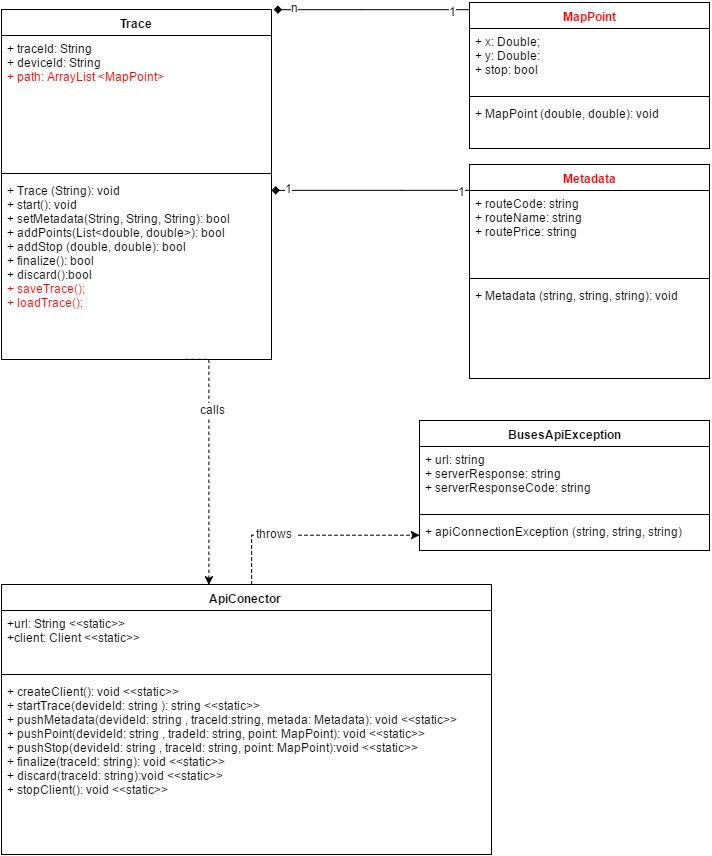
This is Diseño/Diagrama de clases SDK.png from leomendoza123/buses-api-java-client, a draw.io export, as it was before one commit. Source tidied: cells renumbered, new cells last; positions are measured from the earlier drawing's top-left corner, leaving out a move shared by most shapes.
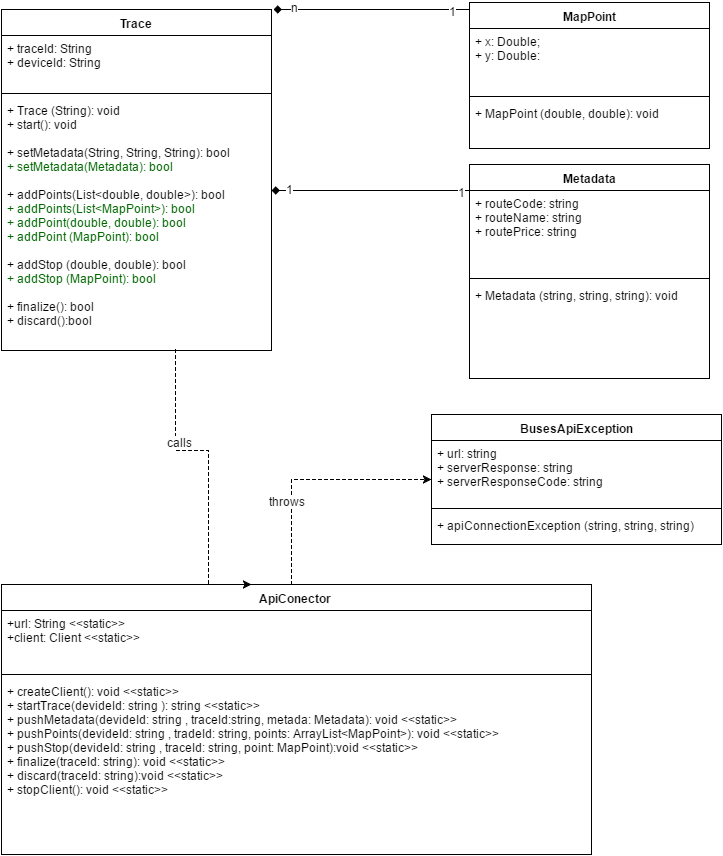
Later version of the same file.

Commit message:
Update the code at readme and class diagram

Change to the diagram source:
```diff
@@ -3,21 +3,21 @@
     <mxCell id="0" />
     <mxCell id="1" parent="0" />
     <mxCell id="2" value="Trace" style="swimlane;html=1;fontStyle=1;align=center;verticalAlign=top;horizontal=1;startSize=26;swimlaneFillColor=#ffffff;" parent="1" vertex="1">
-      <mxGeometry y="7" width="270" height="350" as="geometry" />
+      <mxGeometry y="7" width="270" height="341" as="geometry" />
     </mxCell>
-    <mxCell id="3" value="&lt;div&gt;&lt;div&gt;&lt;span&gt;+ traceId: String&lt;/span&gt;&lt;br&gt;&lt;/div&gt;&lt;div&gt;&lt;div&gt;+ deviceId: String&lt;/div&gt;&lt;div&gt;&lt;font color=&quot;#ff0000&quot;&gt;+ path: ArrayList &amp;lt;MapPoint&amp;gt;&lt;/font&gt;&lt;/div&gt;&lt;/div&gt;&lt;/div&gt;" style="text;html=1;strokeColor=none;fillColor=none;align=left;verticalAlign=top;spacingLeft=4;spacingRight=4;whiteSpace=wrap;overflow=hidden;" parent="2" vertex="1">
-      <mxGeometry y="26" width="270" height="134" as="geometry" />
+    <mxCell id="3" value="&lt;div&gt;&lt;span&gt;+ traceId: String&lt;/span&gt;&lt;br&gt;&lt;/div&gt;&lt;div&gt;&lt;div&gt;+ deviceId: String&lt;/div&gt;&lt;div&gt;&lt;br&gt;&lt;/div&gt;&lt;/div&gt;" style="text;html=1;strokeColor=none;fillColor=none;align=left;verticalAlign=top;spacingLeft=4;spacingRight=4;whiteSpace=wrap;overflow=hidden;" parent="2" vertex="1">
+      <mxGeometry y="26" width="270" height="54" as="geometry" />
     </mxCell>
     <mxCell id="4" style="line;html=1;strokeWidth=1;fillColor=none;align=left;verticalAlign=middle;spacingTop=-1;spacingLeft=3;spacingRight=3;labelPosition=right;" parent="2" vertex="1">
-      <mxGeometry y="160" width="270" height="8" as="geometry" />
+      <mxGeometry y="80" width="270" height="8" as="geometry" />
     </mxCell>
-    <mxCell id="5" value="&lt;div&gt;+ Trace (String): void&lt;/div&gt;&lt;div&gt;&lt;div&gt;+ start(): void&lt;/div&gt;&lt;/div&gt;+ setMetadata(String, String, String): bool&lt;div&gt;+ addPoints(List&amp;lt;double, double&amp;gt;): bool&lt;/div&gt;&lt;div&gt;+ addStop (double, double): bool&lt;/div&gt;&lt;div&gt;&lt;div&gt;&lt;span&gt;+ finalize(): bool&lt;/span&gt;&lt;br&gt;&lt;/div&gt;&lt;/div&gt;&lt;div&gt;&lt;span&gt;+ discard():bool&lt;/span&gt;&lt;/div&gt;&lt;div&gt;&lt;font color=&quot;#ff0a0a&quot;&gt;&lt;span&gt;+ saveTrace();&amp;nbsp;&lt;/span&gt;&lt;br&gt;&lt;/font&gt;&lt;/div&gt;&lt;div&gt;&lt;span&gt;&lt;font color=&quot;#ff0a0a&quot;&gt;+ loadTrace();&lt;/font&gt;&lt;/span&gt;&lt;/div&gt;&lt;div&gt;&lt;span&gt;&lt;br&gt;&lt;/span&gt;&lt;/div&gt;" style="text;html=1;strokeColor=none;fillColor=none;align=left;verticalAlign=top;spacingLeft=4;spacingRight=4;whiteSpace=wrap;overflow=hidden;points=[[0,0.5],[1,0.5]];portConstraint=eastwest;" parent="2" vertex="1">
-      <mxGeometry y="168" width="270" height="182" as="geometry" />
+    <mxCell id="5" value="&lt;div&gt;+ Trace (String): void&lt;/div&gt;&lt;div&gt;&lt;div&gt;+ start(): void&lt;/div&gt;&lt;/div&gt;&lt;div&gt;&lt;br&gt;&lt;/div&gt;+ setMetadata(String, String, String): bool&lt;div&gt;&lt;font color=&quot;#006600&quot;&gt;+ setMetadata(Metadata): bool&lt;/font&gt;&lt;/div&gt;&lt;div&gt;&lt;font color=&quot;#006600&quot;&gt;&lt;br&gt;&lt;/font&gt;&lt;/div&gt;&lt;div&gt;&lt;div&gt;+ addPoints(List&amp;lt;double, double&amp;gt;): bool&lt;/div&gt;&lt;div&gt;&lt;font color=&quot;#006600&quot;&gt;+ addPoints(List&amp;lt;MapPoint&amp;gt;): bool&lt;br&gt;&lt;/font&gt;&lt;/div&gt;&lt;div&gt;&lt;font color=&quot;#006600&quot;&gt;+ addPoint(double, double): bool&lt;br&gt;&lt;/font&gt;&lt;/div&gt;&lt;div&gt;&lt;font color=&quot;#006600&quot;&gt;+ addPoint (MapPoint): bool&lt;/font&gt;&lt;/div&gt;&lt;div&gt;&lt;font color=&quot;#006600&quot;&gt;&lt;br&gt;&lt;/font&gt;&lt;/div&gt;&lt;div&gt;+ addStop (double, double): bool&lt;/div&gt;&lt;div&gt;&lt;font color=&quot;#006600&quot;&gt;+ addStop (MapPoint): bool&lt;/font&gt;&lt;/div&gt;&lt;div&gt;&lt;font color=&quot;#006600&quot;&gt;&lt;br&gt;&lt;/font&gt;&lt;/div&gt;&lt;div&gt;&lt;div&gt;&lt;span&gt;+ finalize(): bool&lt;/span&gt;&lt;br&gt;&lt;/div&gt;&lt;/div&gt;&lt;div&gt;&lt;span&gt;+ discard():bool&lt;/span&gt;&lt;/div&gt;&lt;div&gt;&lt;span&gt;&lt;br&gt;&lt;/span&gt;&lt;/div&gt;&lt;/div&gt;" style="text;html=1;strokeColor=none;fillColor=none;align=left;verticalAlign=top;spacingLeft=4;spacingRight=4;whiteSpace=wrap;overflow=hidden;points=[[0,0.5],[1,0.5]];portConstraint=eastwest;" parent="2" vertex="1">
+      <mxGeometry y="88" width="270" height="252" as="geometry" />
     </mxCell>
-    <mxCell id="6" value="&lt;font color=&quot;#ff0000&quot;&gt;MapPoint&lt;/font&gt;" style="swimlane;html=1;fontStyle=1;align=center;verticalAlign=top;horizontal=1;startSize=26;swimlaneFillColor=#ffffff;" parent="1" vertex="1">
+    <mxCell id="6" value="MapPoint" style="swimlane;html=1;fontStyle=1;align=center;verticalAlign=top;horizontal=1;startSize=26;swimlaneFillColor=#ffffff;" parent="1" vertex="1">
       <mxGeometry x="468" width="240" height="146" as="geometry" />
     </mxCell>
-    <mxCell id="7" value="+ x: Double;&lt;div&gt;+ y: Double:&lt;/div&gt;&lt;div&gt;+ stop: bool&lt;br&gt;&lt;/div&gt;&lt;div&gt;&lt;br&gt;&lt;/div&gt;" style="text;html=1;strokeColor=none;fillColor=none;align=left;verticalAlign=top;spacingLeft=4;spacingRight=4;whiteSpace=wrap;overflow=hidden;" parent="6" vertex="1">
+    <mxCell id="7" value="+ x: Double;&lt;div&gt;+ y: Double:&lt;/div&gt;&lt;div&gt;&lt;br&gt;&lt;/div&gt;" style="text;html=1;strokeColor=none;fillColor=none;align=left;verticalAlign=top;spacingLeft=4;spacingRight=4;whiteSpace=wrap;overflow=hidden;" parent="6" vertex="1">
       <mxGeometry y="26" width="240" height="64" as="geometry" />
     </mxCell>
     <mxCell id="8" style="line;html=1;strokeWidth=1;fillColor=none;align=left;verticalAlign=middle;spacingTop=-1;spacingLeft=3;spacingRight=3;labelPosition=right;" parent="6" vertex="1">
@@ -26,7 +26,7 @@
     <mxCell id="9" value="&lt;div&gt;+ MapPoint (double, double): void&lt;/div&gt;&lt;div&gt;&lt;br&gt;&lt;/div&gt;" style="text;html=1;strokeColor=none;fillColor=none;align=left;verticalAlign=top;spacingLeft=4;spacingRight=4;whiteSpace=wrap;overflow=hidden;" parent="6" vertex="1">
       <mxGeometry y="98" width="240" height="32" as="geometry" />
     </mxCell>
-    <mxCell id="10" value="&lt;font color=&quot;#ff0000&quot;&gt;Metadata&lt;/font&gt;" style="swimlane;html=1;fontStyle=1;align=center;verticalAlign=top;horizontal=1;startSize=26;swimlaneFillColor=#ffffff;" parent="1" vertex="1">
+    <mxCell id="10" value="Metadata" style="swimlane;html=1;fontStyle=1;align=center;verticalAlign=top;horizontal=1;startSize=26;swimlaneFillColor=#ffffff;" parent="1" vertex="1">
       <mxGeometry x="468" y="162" width="240" height="214" as="geometry" />
     </mxCell>
     <mxCell id="11" value="+ routeCode: string&lt;div&gt;+ routeName: string&lt;/div&gt;&lt;div&gt;+ routePrice: string&lt;/div&gt;&lt;div&gt;&lt;br&gt;&lt;/div&gt;" style="text;html=1;strokeColor=none;fillColor=none;align=left;verticalAlign=top;spacingLeft=4;spacingRight=4;whiteSpace=wrap;overflow=hidden;" parent="10" vertex="1">
@@ -67,19 +67,19 @@
       <mxGeometry x="0.82" y="-2" relative="1" as="geometry" />
     </mxCell>
     <mxCell id="20" value="ApiConector&amp;nbsp;" style="swimlane;html=1;fontStyle=1;align=center;verticalAlign=top;horizontal=1;startSize=26;swimlaneFillColor=#ffffff;" parent="1" vertex="1">
-      <mxGeometry y="582" width="490" height="270" as="geometry" />
+      <mxGeometry y="582" width="590" height="270" as="geometry" />
     </mxCell>
     <mxCell id="21" value="&lt;div&gt;+url: String&amp;nbsp;&lt;span&gt;&amp;lt;&amp;lt;static&amp;gt;&amp;gt;&amp;nbsp;&lt;/span&gt;&lt;/div&gt;&lt;div&gt;&lt;span&gt;+&lt;/span&gt;&lt;span&gt;client: Client&amp;nbsp;&lt;/span&gt;&lt;span&gt;&amp;lt;&amp;lt;static&amp;gt;&amp;gt;&amp;nbsp;&lt;/span&gt;&lt;/div&gt;" style="text;html=1;strokeColor=none;fillColor=none;align=left;verticalAlign=top;spacingLeft=4;spacingRight=4;whiteSpace=wrap;overflow=hidden;" parent="20" vertex="1">
-      <mxGeometry y="26" width="490" height="60" as="geometry" />
+      <mxGeometry y="26" width="590" height="60" as="geometry" />
     </mxCell>
     <mxCell id="22" style="line;html=1;strokeWidth=1;fillColor=none;align=left;verticalAlign=middle;spacingTop=-1;spacingLeft=3;spacingRight=3;labelPosition=right;" parent="20" vertex="1">
-      <mxGeometry y="86" width="490" height="8" as="geometry" />
+      <mxGeometry y="86" width="590" height="8" as="geometry" />
     </mxCell>
-    <mxCell id="23" value="&lt;div&gt;&lt;span&gt;+ createClient(): void&amp;nbsp;&lt;/span&gt;&lt;span&gt;&amp;lt;&amp;lt;static&amp;gt;&amp;gt;&amp;nbsp;&lt;/span&gt;&lt;br&gt;&lt;/div&gt;&lt;div&gt;+ startTrace(devideId: string&amp;nbsp;):&amp;nbsp;&lt;span&gt;string&amp;nbsp;&lt;/span&gt;&lt;span&gt;&amp;lt;&amp;lt;static&amp;gt;&amp;gt;&amp;nbsp;&lt;/span&gt;&lt;/div&gt;&lt;div&gt;+ pushMetadata(devideId: string&amp;nbsp;&lt;span&gt;, traceId:string, metada:&amp;nbsp;&lt;/span&gt;&lt;span&gt;Metadata): void&amp;nbsp;&lt;/span&gt;&lt;span&gt;&amp;lt;&amp;lt;static&amp;gt;&amp;gt;&amp;nbsp;&lt;/span&gt;&lt;/div&gt;&lt;div&gt;+ pushPoint(devideId: string&amp;nbsp;, tradeId: string, point: MapPoint): void&amp;nbsp;&lt;span&gt;&amp;lt;&amp;lt;static&amp;gt;&amp;gt;&amp;nbsp;&lt;/span&gt;&lt;/div&gt;&lt;div&gt;+ pushStop(devideId: string&amp;nbsp;&lt;span&gt;, traceId:&amp;nbsp;&lt;/span&gt;string&lt;span&gt;, point:&amp;nbsp;&lt;/span&gt;&lt;span&gt;MapPoint):void&amp;nbsp;&lt;/span&gt;&lt;span&gt;&amp;lt;&amp;lt;static&amp;gt;&amp;gt;&amp;nbsp;&lt;/span&gt;&lt;/div&gt;&lt;div&gt;+ finalize(traceId: string&lt;span&gt;): void&amp;nbsp;&lt;/span&gt;&lt;span&gt;&amp;lt;&amp;lt;static&amp;gt;&amp;gt;&amp;nbsp;&lt;/span&gt;&lt;/div&gt;&lt;div&gt;+ discard(&lt;span&gt;traceId:&amp;nbsp;&lt;/span&gt;&lt;span&gt;string&lt;/span&gt;&lt;span&gt;):void&amp;nbsp;&lt;/span&gt;&lt;span&gt;&amp;lt;&amp;lt;static&amp;gt;&amp;gt;&amp;nbsp;&lt;/span&gt;&lt;/div&gt;&lt;div&gt;&lt;span&gt;+ stopClient(): void&amp;nbsp;&lt;/span&gt;&lt;span&gt;&amp;lt;&amp;lt;static&amp;gt;&amp;gt;&amp;nbsp;&lt;/span&gt;&lt;/div&gt;&lt;div&gt;&lt;br&gt;&lt;/div&gt;" style="text;html=1;strokeColor=none;fillColor=none;align=left;verticalAlign=top;spacingLeft=4;spacingRight=4;whiteSpace=wrap;overflow=hidden;" parent="20" vertex="1">
-      <mxGeometry y="94" width="490" height="132" as="geometry" />
+    <mxCell id="23" value="&lt;div&gt;&lt;span&gt;+ createClient(): void&amp;nbsp;&lt;/span&gt;&lt;span&gt;&amp;lt;&amp;lt;static&amp;gt;&amp;gt;&amp;nbsp;&lt;/span&gt;&lt;br&gt;&lt;/div&gt;&lt;div&gt;+ startTrace(devideId: string&amp;nbsp;):&amp;nbsp;&lt;span&gt;string&amp;nbsp;&lt;/span&gt;&lt;span&gt;&amp;lt;&amp;lt;static&amp;gt;&amp;gt;&amp;nbsp;&lt;/span&gt;&lt;/div&gt;&lt;div&gt;+ pushMetadata(devideId: string&amp;nbsp;&lt;span&gt;, traceId:string, metada:&amp;nbsp;&lt;/span&gt;&lt;span&gt;Metadata): void&amp;nbsp;&lt;/span&gt;&lt;span&gt;&amp;lt;&amp;lt;static&amp;gt;&amp;gt;&amp;nbsp;&lt;/span&gt;&lt;/div&gt;&lt;div&gt;+ pushPoints(devideId: string&amp;nbsp;, tradeId: string, points: ArrayList&amp;lt;MapPoint&amp;gt;): void&amp;nbsp;&lt;span&gt;&amp;lt;&amp;lt;static&amp;gt;&amp;gt;&amp;nbsp;&lt;/span&gt;&lt;/div&gt;&lt;div&gt;+ pushStop(devideId: string&amp;nbsp;&lt;span&gt;, traceId:&amp;nbsp;&lt;/span&gt;string&lt;span&gt;, point:&amp;nbsp;&lt;/span&gt;&lt;span&gt;MapPoint):void&amp;nbsp;&lt;/span&gt;&lt;span&gt;&amp;lt;&amp;lt;static&amp;gt;&amp;gt;&amp;nbsp;&lt;/span&gt;&lt;/div&gt;&lt;div&gt;+ finalize(traceId: string&lt;span&gt;): void&amp;nbsp;&lt;/span&gt;&lt;span&gt;&amp;lt;&amp;lt;static&amp;gt;&amp;gt;&amp;nbsp;&lt;/span&gt;&lt;/div&gt;&lt;div&gt;+ discard(&lt;span&gt;traceId:&amp;nbsp;&lt;/span&gt;&lt;span&gt;string&lt;/span&gt;&lt;span&gt;):void&amp;nbsp;&lt;/span&gt;&lt;span&gt;&amp;lt;&amp;lt;static&amp;gt;&amp;gt;&amp;nbsp;&lt;/span&gt;&lt;/div&gt;&lt;div&gt;&lt;span&gt;+ stopClient(): void&amp;nbsp;&lt;/span&gt;&lt;span&gt;&amp;lt;&amp;lt;static&amp;gt;&amp;gt;&amp;nbsp;&lt;/span&gt;&lt;/div&gt;&lt;div&gt;&lt;br&gt;&lt;/div&gt;" style="text;html=1;strokeColor=none;fillColor=none;align=left;verticalAlign=top;spacingLeft=4;spacingRight=4;whiteSpace=wrap;overflow=hidden;" parent="20" vertex="1">
+      <mxGeometry y="94" width="590" height="132" as="geometry" />
     </mxCell>
     <mxCell id="24" value="&lt;span&gt;BusesApiException&lt;/span&gt;&lt;br&gt;&lt;div&gt;&lt;span&gt;&lt;br&gt;&lt;/span&gt;&lt;/div&gt;" style="swimlane;html=1;fontStyle=1;align=center;verticalAlign=top;horizontal=1;startSize=26;swimlaneFillColor=#ffffff;" parent="1" vertex="1">
-      <mxGeometry x="418" y="418" width="290" height="130" as="geometry" />
+      <mxGeometry x="430" y="412" width="290" height="130" as="geometry" />
     </mxCell>
     <mxCell id="25" value="+ url: string&lt;br&gt;&lt;div&gt;+ serverResponse:&amp;nbsp;&lt;span&gt;string&lt;/span&gt;&lt;/div&gt;&lt;div&gt;+ serverResponseCode:&amp;nbsp;&lt;span&gt;string&lt;/span&gt;&lt;/div&gt;" style="text;html=1;strokeColor=none;fillColor=none;align=left;verticalAlign=top;spacingLeft=4;spacingRight=4;whiteSpace=wrap;overflow=hidden;" parent="24" vertex="1">
       <mxGeometry y="26" width="290" height="64" as="geometry" />
@@ -93,18 +93,18 @@
     <mxCell id="28" style="edgeStyle=orthogonalEdgeStyle;rounded=0;html=1;dashed=1;jettySize=auto;" parent="1" edge="1" source="20" target="24">
       <mxGeometry relative="1" as="geometry">
         <Array as="points">
-          <mxPoint x="250" y="533" />
+          <mxPoint x="290" y="477" />
         </Array>
       </mxGeometry>
     </mxCell>
     <mxCell id="29" value="throws &amp;nbsp;" style="text;html=1;align=center;verticalAlign=middle;labelBackgroundColor=#ffffff;" parent="28" vertex="1">
       <mxGeometry x="-0.31" y="2" relative="1" as="geometry" />
     </mxCell>
-    <mxCell id="30" style="edgeStyle=orthogonalEdgeStyle;rounded=0;html=1;dashed=1;jettySize=auto;entryX=0.423;entryY=0;entryPerimeter=0;" parent="1" edge="1" target="20">
+    <mxCell id="30" style="edgeStyle=orthogonalEdgeStyle;rounded=0;html=1;dashed=1;jettySize=auto;entryX=0.423;entryY=0;entryPerimeter=0;exitX=0.644;exitY=1;exitPerimeter=0;" parent="1" edge="1" source="5" target="20">
       <mxGeometry relative="1" as="geometry">
-        <mxPoint x="183.9" y="357" as="sourcePoint" />
         <Array as="points">
-          <mxPoint x="207" y="357" />
+          <mxPoint x="174" y="448" />
+          <mxPoint x="207" y="448" />
         </Array>
       </mxGeometry>
     </mxCell>
```
